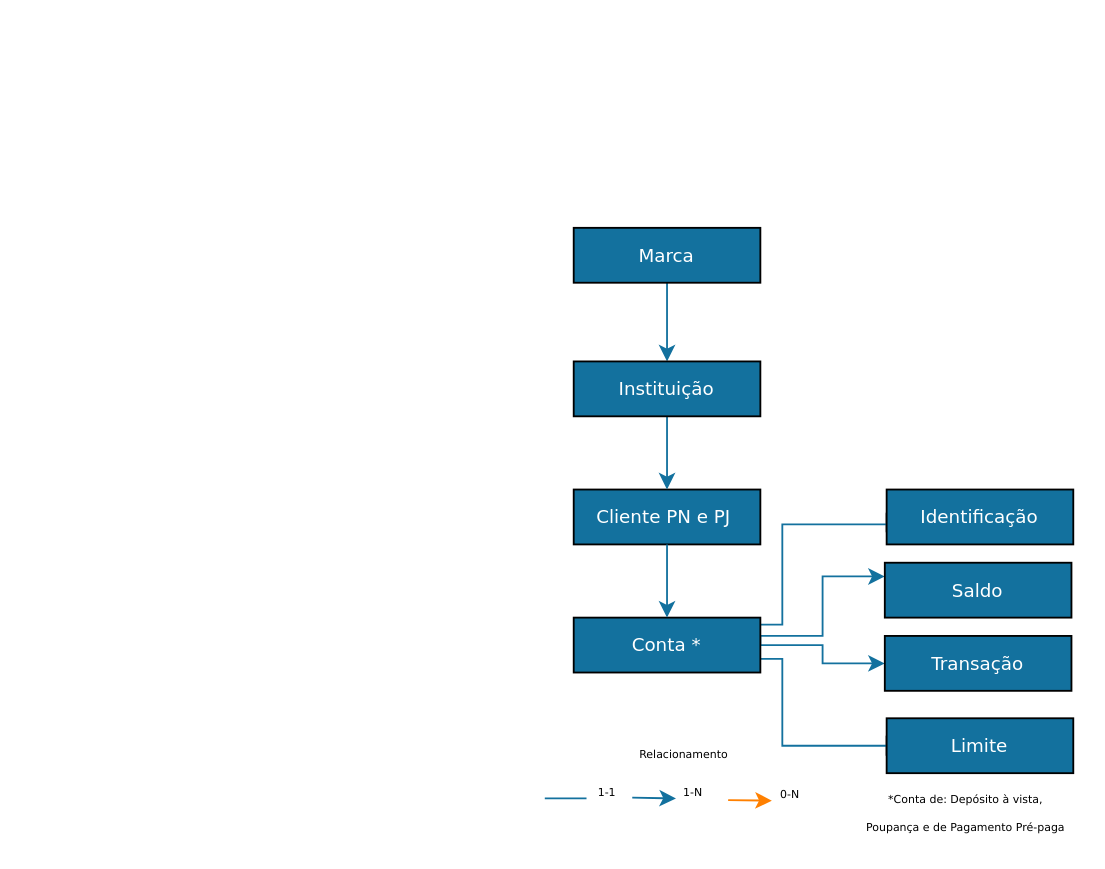
The draw.io diagram draw_io_diagrams/accounts/DER_Accounts.drawio in OpenBanking-Brasil/areadesenvolvedor, before the edit. Source tidied: cells renumbered, new cells numbered last; positions are measured from the earlier drawing's top-left corner, leaving out a move shared by most shapes. Both pictures are drawn from the tidied source at 183%, with x=0, y=0 at pixel (525, 227).
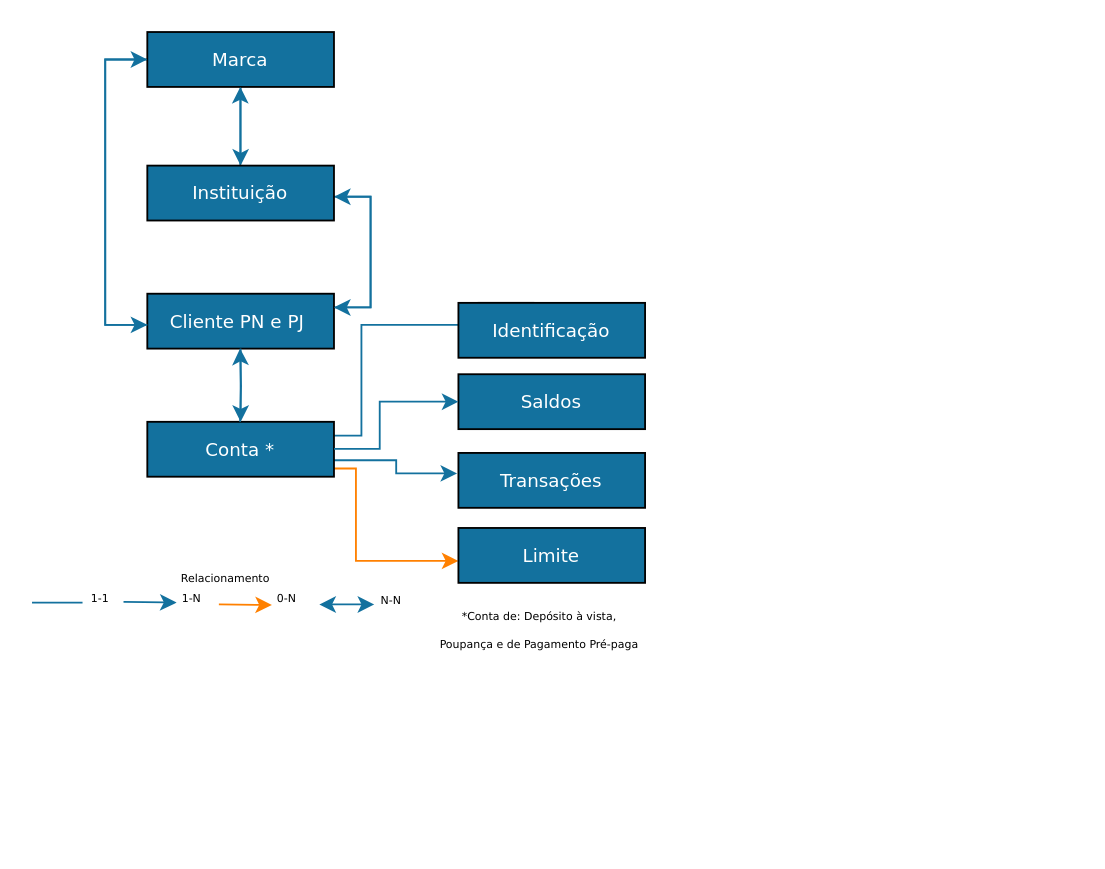
The same page after the edit.

Diff of the diagram source:
```diff
@@
-    <mxCell id="2" style="rounded=0;whiteSpace=wrap;html=1;" parent="1" vertex="1">
-      <mxGeometry x="197" y="278" width="20" height="10" as="geometry" />
-    </mxCell>
-    <mxCell id="3" style="rounded=1;whiteSpace=wrap;html=1;strokeColor=#000000;fillColor=#13719E;" parent="1" vertex="1">
-      <mxGeometry x="197" y="154" width="20" height="14" as="geometry" />
-    </mxCell>
-    <mxCell id="4" style="edgeStyle=orthogonalEdgeStyle;rounded=0;jettySize=auto;html=1;exitX=1.003;exitY=0.128;exitDx=0;exitDy=0;entryX=0;entryY=0.5;entryDx=0;entryDy=0;strokeColor=#13719E;exitPerimeter=0;" parent="1" edge="1" source="14">
-      <mxGeometry relative="1" as="geometry">
-        <mxPoint x="210" y="162" as="targetPoint" />
-        <Array as="points">
-          <mxPoint x="140" y="217" />
-          <mxPoint x="140" y="162" />
-        </Array>
-      </mxGeometry>
-    </mxCell>
+    <mxCell id="29" style="rounded=0;whiteSpace=wrap;html=1;" parent="1" vertex="1">
+      <mxGeometry x="-26" y="41" width="30" height="20" as="geometry" />
+    </mxCell>
+    <mxCell id="30" style="edgeStyle=orthogonalEdgeStyle;rounded=0;jettySize=auto;html=1;exitX=1;exitY=0.25;exitDx=0;exitDy=0;entryX=1;entryY=0.433;entryDx=0;entryDy=0;entryPerimeter=0;strokeColor=#13719E;" parent="1" edge="1" source="5" target="10">
+      <mxGeometry relative="1" as="geometry" />
+    </mxCell>
     <mxCell id="5" value="&lt;font face=&quot;Verdana&quot; style=&quot;font-size: 10px&quot; color=&quot;#ffffff&quot;&gt;Cliente PN e PJ&amp;nbsp;&lt;/font&gt;" style="rounded=0;whiteSpace=wrap;html=1;fillColor=#13719E;strokeColor=#000000;flipV=1;" parent="1" vertex="1">
-      <mxGeometry x="26" y="143" width="102" height="30" as="geometry" />
+      <mxGeometry x="-207" y="36" width="102" height="30" as="geometry" />
     </mxCell>
@@
+    <mxCell id="31" style="edgeStyle=orthogonalEdgeStyle;rounded=0;jettySize=auto;html=1;exitX=0;exitY=0.5;exitDx=0;exitDy=0;entryX=0;entryY=0.433;entryDx=0;entryDy=0;entryPerimeter=0;strokeColor=#13719E;" parent="1" edge="1" source="8" target="5">
+      <mxGeometry relative="1" as="geometry">
+        <Array as="points">
+          <mxPoint x="-230" y="-92" />
+          <mxPoint x="-230" y="53" />
+        </Array>
+      </mxGeometry>
+    </mxCell>
     <mxCell id="8" value="&lt;font face=&quot;Verdana&quot; style=&quot;font-size: 10px&quot; color=&quot;#ffffff&quot;&gt;Marca&lt;/font&gt;" style="rounded=0;whiteSpace=wrap;html=1;fillColor=#13719E;strokeColor=#000000;flipV=1;" parent="1" vertex="1">
-      <mxGeometry x="26" width="102" height="30" as="geometry" />
+      <mxGeometry x="-207" y="-107" width="102" height="30" as="geometry" />
     </mxCell>
-    <mxCell id="9" style="edgeStyle=orthogonalEdgeStyle;rounded=0;jettySize=auto;html=1;exitX=0.5;exitY=1;exitDx=0;exitDy=0;strokeColor=#13719E;entryX=0.5;entryY=0;entryDx=0;entryDy=0;" parent="1" edge="1" source="10" target="5">
-      <mxGeometry relative="1" as="geometry" />
-    </mxCell>
-    <mxCell id="10" value="&lt;font face=&quot;Verdana&quot; style=&quot;font-size: 10px&quot; color=&quot;#ffffff&quot;&gt;Instituição&lt;/font&gt;" style="rounded=0;whiteSpace=wrap;html=1;fillColor=#13719E;strokeColor=#000000;flipV=1;" parent="1" vertex="1">
-      <mxGeometry x="26" y="73" width="102" height="30" as="geometry" />
-    </mxCell>
-    <mxCell id="11" style="edgeStyle=orthogonalEdgeStyle;rounded=0;jettySize=auto;html=1;exitX=1;exitY=0.5;exitDx=0;exitDy=0;entryX=0;entryY=0.25;entryDx=0;entryDy=0;strokeColor=#13719E;" parent="1" edge="1" source="14" target="16">
-      <mxGeometry relative="1" as="geometry">
-        <Array as="points">
-          <mxPoint x="128" y="223" />
-          <mxPoint x="162" y="223" />
-          <mxPoint x="162" y="191" />
-        </Array>
-      </mxGeometry>
-    </mxCell>
-    <mxCell id="12" style="edgeStyle=orthogonalEdgeStyle;rounded=0;jettySize=auto;html=1;entryX=0;entryY=0.5;entryDx=0;entryDy=0;strokeColor=#13719E;" parent="1" edge="1" source="14" target="17">
-      <mxGeometry relative="1" as="geometry" />
+    <mxCell id="12" style="edgeStyle=orthogonalEdgeStyle;rounded=0;orthogonalLoop=1;jettySize=auto;html=1;strokeColor=#13719E;entryX=0.003;entryY=0.408;entryDx=0;entryDy=0;entryPerimeter=0;" parent="1" edge="1">
+      <mxGeometry relative="1" as="geometry">
+        <mxPoint x="-105" y="127" as="sourcePoint" />
+        <mxPoint x="-37.7" y="134.2" as="targetPoint" />
+        <Array as="points">
+          <mxPoint x="-71" y="127" />
+          <mxPoint x="-71" y="134" />
+          <mxPoint x="-38" y="134" />
+        </Array>
+      </mxGeometry>
     </mxCell>
-    <mxCell id="13" style="edgeStyle=orthogonalEdgeStyle;rounded=0;jettySize=auto;html=1;exitX=1;exitY=0.75;exitDx=0;exitDy=0;entryX=1;entryY=0.75;entryDx=0;entryDy=0;strokeColor=#13719E;" parent="1" edge="1" source="14" target="2">
+    <mxCell id="13" style="edgeStyle=orthogonalEdgeStyle;rounded=0;orthogonalLoop=1;jettySize=auto;html=1;exitX=1;exitY=0.75;exitDx=0;exitDy=0;strokeColor=#FF8000;entryX=0;entryY=0.5;entryDx=0;entryDy=0;" parent="1" edge="1">
       <mxGeometry relative="1" as="geometry">
+        <mxPoint x="-105" y="131.5" as="sourcePoint" />
+        <mxPoint x="-37" y="182" as="targetPoint" />
         <Array as="points">
-          <mxPoint x="140" y="236" />
-          <mxPoint x="140" y="283" />
-          <mxPoint x="217" y="283" />
+          <mxPoint x="-93" y="132" />
+          <mxPoint x="-93" y="182" />
         </Array>
       </mxGeometry>
     </mxCell>
+    <mxCell id="32" style="edgeStyle=orthogonalEdgeStyle;rounded=0;jettySize=auto;html=1;exitX=1;exitY=0.25;exitDx=0;exitDy=0;entryX=0;entryY=0.5;entryDx=0;entryDy=0;strokeColor=#13719E;" parent="1" edge="1" source="14" target="29">
+      <mxGeometry relative="1" as="geometry">
+        <Array as="points">
+          <mxPoint x="-90" y="114" />
+          <mxPoint x="-90" y="53" />
+          <mxPoint x="-26" y="53" />
+        </Array>
+      </mxGeometry>
+    </mxCell>
     <mxCell id="14" value="&lt;font face=&quot;Verdana&quot; style=&quot;font-size: 10px&quot; color=&quot;#ffffff&quot;&gt;Conta *&lt;/font&gt;" style="rounded=0;whiteSpace=wrap;html=1;fillColor=#13719E;strokeColor=#000000;" parent="1" vertex="1">
-      <mxGeometry x="26" y="213" width="102" height="30" as="geometry" />
+      <mxGeometry x="-207" y="106" width="102" height="30" as="geometry" />
     </mxCell>
-    <mxCell id="15" value="&lt;font face=&quot;Verdana&quot; style=&quot;font-size: 10px&quot; color=&quot;#ffffff&quot;&gt;Identificação&lt;/font&gt;" style="rounded=0;whiteSpace=wrap;html=1;fillColor=#13719E;strokeColor=#000000;" parent="1" vertex="1">
-      <mxGeometry x="197" y="143" width="102" height="30" as="geometry" />
-    </mxCell>
-    <mxCell id="16" value="&lt;font face=&quot;Verdana&quot; style=&quot;font-size: 10px&quot; color=&quot;#ffffff&quot;&gt;Saldo&lt;/font&gt;" style="rounded=0;whiteSpace=wrap;html=1;fillColor=#13719E;strokeColor=#000000;" parent="1" vertex="1">
-      <mxGeometry x="196" y="183" width="102" height="30" as="geometry" />
+    <mxCell id="16" value="&lt;font face=&quot;Verdana&quot; style=&quot;font-size: 10px&quot; color=&quot;#ffffff&quot;&gt;Saldos&lt;/font&gt;" style="rounded=0;whiteSpace=wrap;html=1;fillColor=#13719E;strokeColor=#000000;" parent="1" vertex="1">
+      <mxGeometry x="-37" y="80" width="102" height="30" as="geometry" />
     </mxCell>
-    <mxCell id="17" value="&lt;font face=&quot;Verdana&quot; style=&quot;font-size: 10px&quot; color=&quot;#ffffff&quot;&gt;Transação&lt;/font&gt;" style="rounded=0;whiteSpace=wrap;html=1;fillColor=#13719E;strokeColor=#000000;" parent="1" vertex="1">
-      <mxGeometry x="196" y="223" width="102" height="30" as="geometry" />
+    <mxCell id="17" value="&lt;font face=&quot;Verdana&quot; style=&quot;font-size: 10px&quot; color=&quot;#ffffff&quot;&gt;Transações&lt;/font&gt;" style="rounded=0;whiteSpace=wrap;html=1;fillColor=#13719E;strokeColor=#000000;" parent="1" vertex="1">
+      <mxGeometry x="-37" y="123" width="102" height="30" as="geometry" />
     </mxCell>
@@
     <mxCell id="19" value="&lt;font face=&quot;Verdana&quot; style=&quot;font-size: 10px&quot; color=&quot;#ffffff&quot;&gt;Limite&lt;/font&gt;" style="rounded=0;whiteSpace=wrap;html=1;fillColor=#13719E;strokeColor=#000000;" parent="1" vertex="1">
-      <mxGeometry x="197" y="268" width="102" height="30" as="geometry" />
+      <mxGeometry x="-37" y="164" width="102" height="30" as="geometry" />
     </mxCell>
     <mxCell id="20" value="&lt;font face=&quot;Verdana&quot; style=&quot;font-size: 6px&quot;&gt;*Conta de: Depósito à vista, Poupança e de Pagamento Pré-paga&lt;/font&gt;" style="text;html=1;strokeColor=none;fillColor=none;align=center;verticalAlign=middle;whiteSpace=wrap;rounded=0;" parent="1" vertex="1">
-      <mxGeometry x="182" y="303" width="117" height="30" as="geometry" />
+      <mxGeometry x="-51" y="203" width="117" height="30" as="geometry" />
     </mxCell>
-    <mxCell id="21" style="group;" parent="1" vertex="1">
-      <mxGeometry y="273" width="173" height="50" as="geometry" />
-    </mxCell>
+    <mxCell id="33" style="group;" parent="1" vertex="1">
+      <mxGeometry x="-270" y="177" width="211" height="35" as="geometry" />
+    </mxCell>
+    <mxCell id="34" style="endArrow=classic;startArrow=classic;html=1;strokeColor=#13719E;" parent="33" edge="1">
+      <mxGeometry relative="1" as="geometry">
+        <mxPoint x="157" y="28.8" as="sourcePoint" />
+        <mxPoint x="187" y="28.8" as="targetPoint" />
+      </mxGeometry>
+    </mxCell>
+    <mxCell id="35" value="&lt;font face=&quot;Verdana&quot; style=&quot;font-size: 6px&quot;&gt;N-N&lt;/font&gt;" style="text;html=1;align=center;verticalAlign=middle;" parent="33" vertex="1">
+      <mxGeometry x="181" y="15" width="30" height="20" as="geometry" />
+    </mxCell>
-    <mxCell id="22" style="endArrow=classic;html=1;strokeColor=#13719E;" parent="21" edge="1">
-      <mxGeometry as="geometry">
-        <mxPoint x="58" y="38.4" as="sourcePoint" />
-        <mxPoint x="81.9" y="38.8" as="targetPoint" />
+    <mxCell id="22" style="endArrow=classic;html=1;strokeColor=#13719E;" parent="33" edge="1">
+      <mxGeometry x="-20.4" y="-11" as="geometry">
+        <mxPoint x="50" y="27.4" as="sourcePoint" />
+        <mxPoint x="79" y="27.8" as="targetPoint" />
       </mxGeometry>
     </mxCell>
-    <mxCell id="23" style="endArrow=none;html=1;strokeColor=#13719E;" parent="21" edge="1">
-      <mxGeometry x="8" as="geometry">
-        <mxPoint x="10.2" y="38.8" as="sourcePoint" />
-        <mxPoint x="33" y="38.8" as="targetPoint" />
+    <mxCell id="23" style="endArrow=none;html=1;strokeColor=#13719E;" parent="33" edge="1">
+      <mxGeometry x="-2.8" y="-11" as="geometry">
+        <mxPoint y="27.8" as="sourcePoint" />
+        <mxPoint x="27.6" y="27.8" as="targetPoint" />
       </mxGeometry>
     </mxCell>
-    <mxCell id="24" value="&lt;font face=&quot;Verdana&quot; style=&quot;font-size: 6px&quot;&gt;1-1&lt;/font&gt;" style="text;html=1;align=center;verticalAlign=middle;" parent="21" vertex="1">
-      <mxGeometry x="28.5" y="23.8" width="30" height="20" as="geometry" />
+    <mxCell id="24" value="&lt;font face=&quot;Verdana&quot; style=&quot;font-size: 6px&quot;&gt;1-1&lt;/font&gt;" style="text;html=1;align=center;verticalAlign=middle;" parent="33" vertex="1">
+      <mxGeometry x="22.1" y="14" width="30" height="20" as="geometry" />
     </mxCell>
-    <mxCell id="25" value="&lt;font face=&quot;Verdana&quot; style=&quot;font-size: 6px&quot;&gt;0-N&lt;/font&gt;" style="text;html=1;align=center;verticalAlign=middle;" parent="21" vertex="1">
-      <mxGeometry x="128.6" y="25" width="30" height="20" as="geometry" />
+    <mxCell id="25" value="&lt;font face=&quot;Verdana&quot; style=&quot;font-size: 6px&quot;&gt;0-N&lt;/font&gt;" style="text;html=1;align=center;verticalAlign=middle;" parent="33" vertex="1">
+      <mxGeometry x="124" y="14" width="30" height="20" as="geometry" />
     </mxCell>
-    <mxCell id="26" value="&lt;font face=&quot;Verdana&quot; style=&quot;font-size: 6px&quot;&gt;Relacionamento&lt;/font&gt;" style="text;html=1;strokeColor=none;fillColor=none;align=center;verticalAlign=middle;whiteSpace=wrap;rounded=0;" parent="21" vertex="1">
-      <mxGeometry width="173" height="25" as="geometry" />
+    <mxCell id="26" value="&lt;font face=&quot;Verdana&quot; style=&quot;font-size: 6px&quot;&gt;Relacionamento&lt;/font&gt;" style="text;html=1;strokeColor=none;fillColor=none;align=center;verticalAlign=middle;whiteSpace=wrap;rounded=0;" parent="33" vertex="1">
+      <mxGeometry x="1" width="210" height="25" as="geometry" />
     </mxCell>
-    <mxCell id="27" value="&lt;font face=&quot;Verdana&quot; style=&quot;font-size: 6px&quot;&gt;1-N&lt;/font&gt;" style="text;html=1;align=center;verticalAlign=middle;" parent="21" vertex="1">
-      <mxGeometry x="76.3" y="23.8" width="30" height="20" as="geometry" />
+    <mxCell id="27" value="&lt;font face=&quot;Verdana&quot; style=&quot;font-size: 6px&quot;&gt;1-N&lt;/font&gt;" style="text;html=1;align=center;verticalAlign=middle;" parent="33" vertex="1">
+      <mxGeometry x="72.1" y="14" width="30" height="20" as="geometry" />
     </mxCell>
-    <mxCell id="28" style="endArrow=classic;html=1;strokeColor=#FF8000;" parent="21" edge="1">
-      <mxGeometry x="52.4" y="1.2" as="geometry">
-        <mxPoint x="110.4" y="39.7" as="sourcePoint" />
-        <mxPoint x="134.3" y="40" as="targetPoint" />
+    <mxCell id="28" style="endArrow=classic;html=1;strokeColor=#FF8000;" parent="33" edge="1">
+      <mxGeometry x="31.7" y="-9.6" as="geometry">
+        <mxPoint x="102.1" y="28.8" as="sourcePoint" />
+        <mxPoint x="131.1" y="29.1" as="targetPoint" />
       </mxGeometry>
     </mxCell>
+    <mxCell id="36" style="edgeStyle=orthogonalEdgeStyle;rounded=0;orthogonalLoop=1;jettySize=auto;html=1;strokeColor=#13719E;exitX=0.5;exitY=1;exitDx=0;exitDy=0;entryX=0.5;entryY=0;entryDx=0;entryDy=0;" parent="1" edge="1">
+      <mxGeometry relative="1" as="geometry">
+        <mxPoint x="-156.2" y="-34" as="sourcePoint" />
+        <mxPoint x="-156.2" y="-77" as="targetPoint" />
+      </mxGeometry>
+    </mxCell>
+    <mxCell id="15" value="&lt;font face=&quot;Verdana&quot; style=&quot;font-size: 10px&quot; color=&quot;#ffffff&quot;&gt;Identificação&lt;/font&gt;" style="rounded=0;whiteSpace=wrap;html=1;fillColor=#13719E;strokeColor=#000000;" parent="1" vertex="1">
+      <mxGeometry x="-37" y="41" width="102" height="30" as="geometry" />
+    </mxCell>
+    <mxCell id="37" style="edgeStyle=orthogonalEdgeStyle;rounded=0;jettySize=auto;html=1;strokeColor=#13719E;entryX=0;entryY=0.5;entryDx=0;entryDy=0;" parent="1" edge="1" target="16">
+      <mxGeometry relative="1" as="geometry">
+        <mxPoint x="-105" y="120.8" as="sourcePoint" />
+        <Array as="points">
+          <mxPoint x="-80" y="121" />
+          <mxPoint x="-80" y="95" />
+        </Array>
+      </mxGeometry>
+    </mxCell>
+    <mxCell id="38" style="edgeStyle=orthogonalEdgeStyle;rounded=0;orthogonalLoop=1;jettySize=auto;html=1;exitX=0.997;exitY=0.436;exitDx=0;exitDy=0;entryX=0.997;entryY=0.436;entryDx=0;entryDy=0;strokeColor=#13719E;entryPerimeter=0;exitPerimeter=0;" parent="1" edge="1">
+      <mxGeometry relative="1" as="geometry">
+        <mxPoint x="-127.3" y="-17.1" as="sourcePoint" />
+        <mxPoint x="-105" y="43.5" as="targetPoint" />
+        <Array as="points">
+          <mxPoint x="-85" y="-17" />
+          <mxPoint x="-85" y="44" />
+        </Array>
+      </mxGeometry>
+    </mxCell>
+    <mxCell id="10" value="&lt;font face=&quot;Verdana&quot; style=&quot;font-size: 10px&quot; color=&quot;#ffffff&quot;&gt;Instituição&lt;/font&gt;" style="rounded=0;whiteSpace=wrap;html=1;fillColor=#13719E;strokeColor=#000000;flipV=1;" parent="1" vertex="1">
+      <mxGeometry x="-207" y="-34" width="102" height="30" as="geometry" />
+    </mxCell>
+    <mxCell id="39" style="edgeStyle=orthogonalEdgeStyle;rounded=0;orthogonalLoop=1;jettySize=auto;html=1;exitX=0;exitY=0.5;exitDx=0;exitDy=0;entryX=0;entryY=0.433;entryDx=0;entryDy=0;entryPerimeter=0;strokeColor=#13719E;" parent="1" edge="1">
+      <mxGeometry relative="1" as="geometry">
+        <mxPoint x="-207" y="53" as="sourcePoint" />
+        <mxPoint x="-207" y="-92" as="targetPoint" />
+        <Array as="points">
+          <mxPoint x="-230" y="53" />
+          <mxPoint x="-230" y="-92" />
+        </Array>
+      </mxGeometry>
+    </mxCell>
+    <mxCell id="40" style="edgeStyle=orthogonalEdgeStyle;rounded=0;orthogonalLoop=1;jettySize=auto;html=1;exitX=0.5;exitY=1;exitDx=0;exitDy=0;strokeColor=#13719E;entryX=0.5;entryY=0;entryDx=0;entryDy=0;" parent="1" edge="1">
+      <mxGeometry relative="1" as="geometry">
+        <mxPoint x="-156.3" y="106" as="sourcePoint" />
+        <mxPoint x="-156.3" y="66" as="targetPoint" />
+      </mxGeometry>
+    </mxCell>
```
